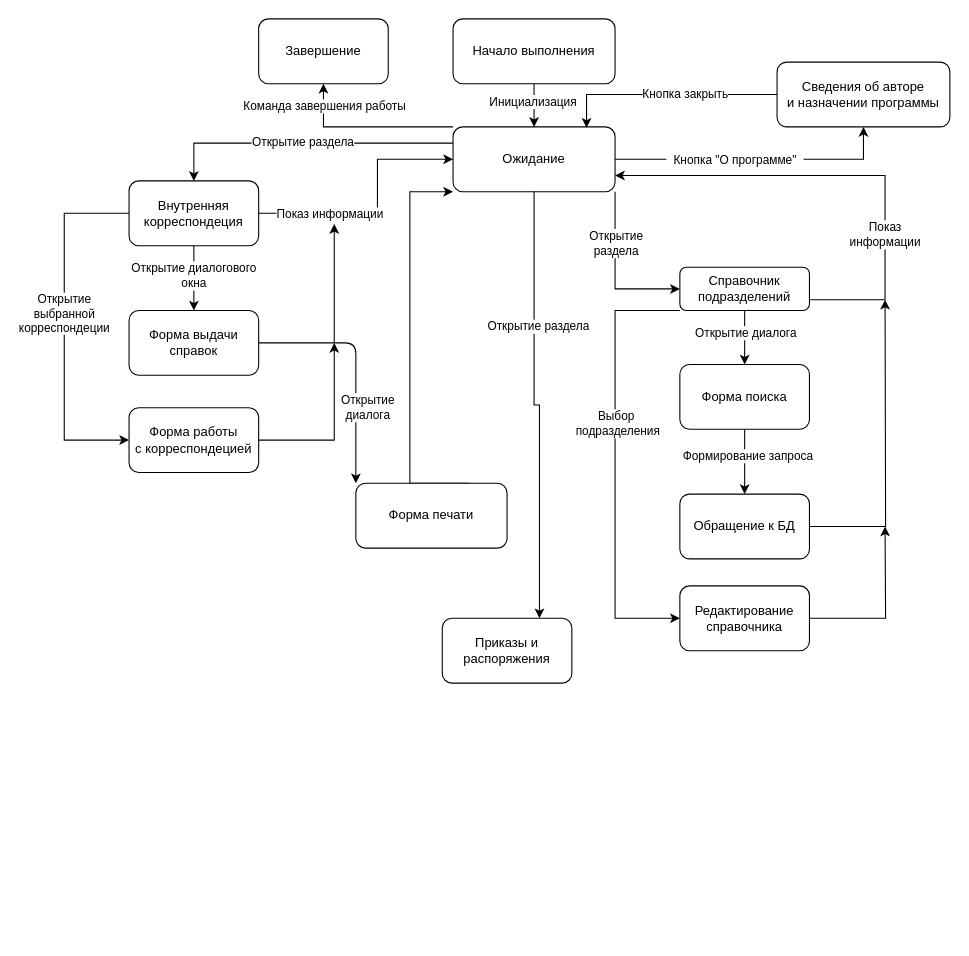
Above: Lab3_2.drawio in vovcyan/ssu-diagrams (draw.io), before the change. Source tidied: cells renumbered, new cells numbered last; positions are measured from the earlier drawing's top-left corner, leaving out a move shared by most shapes. Both pictures are drawn from the tidied source at 108%, with x=0, y=0 at pixel (64, 18).
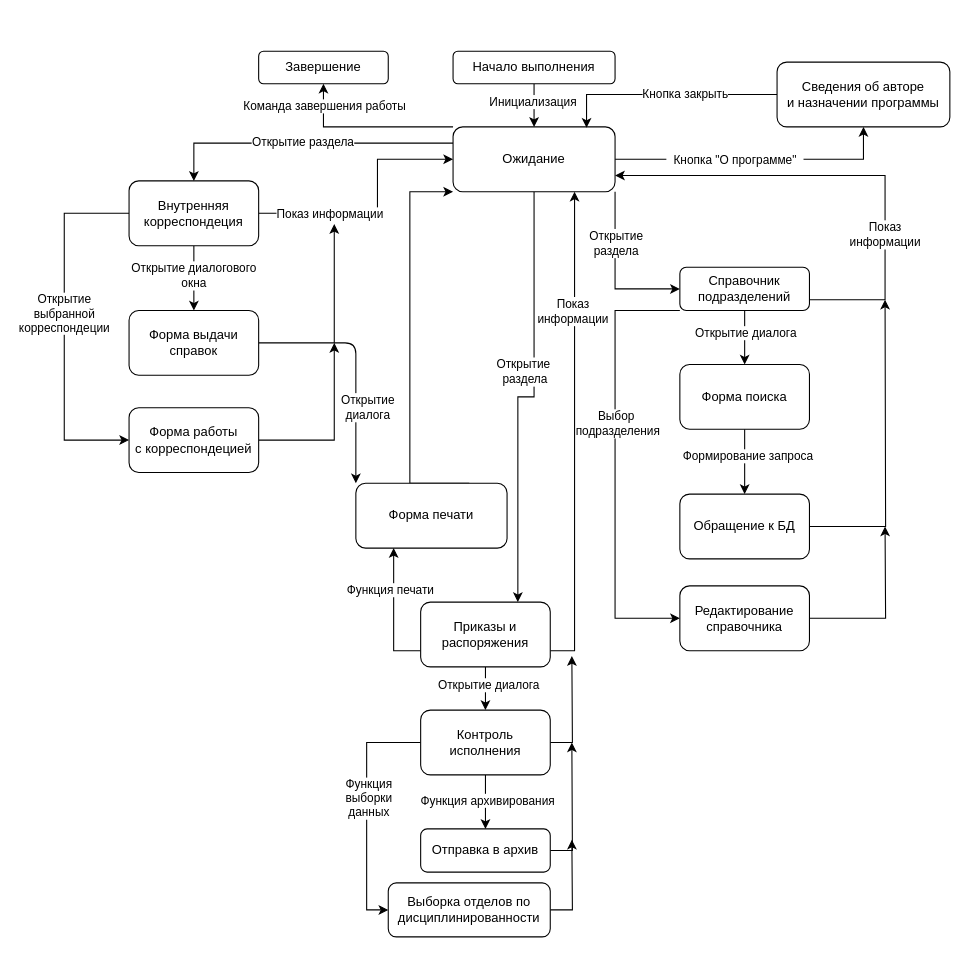
After the change.

Unchanged cells that the change refers to:
```xml
<mxCell id="13" style="edgeStyle=orthogonalEdgeStyle;rounded=0;jettySize=auto;html=1;exitX=0.5;exitY=1;exitDx=0;exitDy=0;entryX=0.75;entryY=0;entryDx=0;entryDy=0;" parent="1" edge="1" source="15" target="30">
  <mxGeometry relative="1" as="geometry" />
</mxCell>
<mxCell id="15" value="Ожидание" style="rounded=1;whiteSpace=wrap;html=1;" parent="1" vertex="1">
  <mxGeometry x="360" y="100" width="150" height="60" as="geometry" />
</mxCell>
<mxCell id="40" value="Форма печати" style="rounded=1;whiteSpace=wrap;html=1;" parent="1" vertex="1">
  <mxGeometry x="270" y="430" width="140" height="60" as="geometry" />
</mxCell>
```

Diff of the diagram source:
```diff
@@
     <mxCell id="4" value="Начало выполнения" style="rounded=1;whiteSpace=wrap;html=1;" parent="1" vertex="1">
-      <mxGeometry x="360" width="150" height="60" as="geometry" />
+      <mxGeometry x="360" y="30" width="150" height="30" as="geometry" />
     </mxCell>
@@
-    <mxCell id="14" value="Открытие раздела" style="edgeLabel;html=1;align=center;verticalAlign=middle;" parent="13" vertex="1">
-      <mxGeometry x="-0.38" y="3" relative="1" as="geometry" />
+    <mxCell id="14" value="Открытие&lt;br&gt;&amp;nbsp;раздела" style="edgeLabel;html=1;align=center;verticalAlign=middle;" parent="13" vertex="1">
+      <mxGeometry x="-0.38" y="3" relative="1" as="geometry">
+        <mxPoint x="-14" y="44.1" as="offset" />
+      </mxGeometry>
     </mxCell>
@@
+    <mxCell id="50" style="edgeStyle=orthogonalEdgeStyle;rounded=0;jettySize=auto;html=1;entryX=0.75;entryY=1;entryDx=0;entryDy=0;" parent="1" edge="1" source="30" target="15">
+      <mxGeometry relative="1" as="geometry">
+        <Array as="points">
+          <mxPoint x="473" y="585" />
+        </Array>
+      </mxGeometry>
+    </mxCell>
+    <mxCell id="51" style="edgeStyle=orthogonalEdgeStyle;rounded=0;jettySize=auto;html=1;entryX=0.5;entryY=0;entryDx=0;entryDy=0;" parent="1" edge="1" source="30" target="61">
+      <mxGeometry relative="1" as="geometry" />
+    </mxCell>
+    <mxCell id="52" value="Открытие диалога" style="edgeLabel;html=1;align=center;verticalAlign=middle;" parent="51" vertex="1">
+      <mxGeometry x="-0.19" y="2" relative="1" as="geometry" />
+    </mxCell>
+    <mxCell id="53" style="edgeStyle=orthogonalEdgeStyle;rounded=0;jettySize=auto;html=1;entryX=0.25;entryY=1;entryDx=0;entryDy=0;" parent="1" edge="1" source="30" target="40">
+      <mxGeometry relative="1" as="geometry">
+        <Array as="points">
+          <mxPoint x="305" y="585" />
+        </Array>
+      </mxGeometry>
+    </mxCell>
+    <mxCell id="54" value="Функция печати" style="edgeLabel;html=1;align=center;verticalAlign=middle;" parent="53" vertex="1">
+      <mxGeometry x="0.36" y="4" relative="1" as="geometry" />
+    </mxCell>
     <mxCell id="30" value="Приказы и распоряжения" style="rounded=1;whiteSpace=wrap;html=1;" parent="1" vertex="1">
-      <mxGeometry x="350" y="555" width="120" height="60" as="geometry" />
+      <mxGeometry x="330" y="540" width="120" height="60" as="geometry" />
     </mxCell>
     <mxCell id="31" value="Завершение" style="rounded=1;whiteSpace=wrap;html=1;" parent="1" vertex="1">
-      <mxGeometry x="180" width="120" height="60" as="geometry" />
+      <mxGeometry x="180" y="30" width="120" height="30" as="geometry" />
     </mxCell>
@@
+    <mxCell id="55" value="Показ&lt;br&gt;информации" style="edgeLabel;html=1;align=center;verticalAlign=middle;" parent="1" vertex="1">
+      <mxGeometry x="470" y="270" as="geometry" />
+    </mxCell>
+    <mxCell id="56" style="edgeStyle=orthogonalEdgeStyle;rounded=0;jettySize=auto;html=1;" parent="1" edge="1" source="61">
+      <mxGeometry relative="1" as="geometry">
+        <mxPoint x="470" y="590" as="targetPoint" />
+      </mxGeometry>
+    </mxCell>
+    <mxCell id="57" style="edgeStyle=orthogonalEdgeStyle;rounded=0;jettySize=auto;html=1;" parent="1" edge="1" source="61" target="63">
+      <mxGeometry relative="1" as="geometry" />
+    </mxCell>
+    <mxCell id="58" value="Функция архивирования" style="edgeLabel;html=1;align=center;verticalAlign=middle;" parent="57" vertex="1">
+      <mxGeometry x="-0.1" y="1" relative="1" as="geometry" />
+    </mxCell>
+    <mxCell id="59" style="edgeStyle=orthogonalEdgeStyle;rounded=0;jettySize=auto;html=1;exitX=0;exitY=0.5;exitDx=0;exitDy=0;entryX=0;entryY=0.5;entryDx=0;entryDy=0;" parent="1" edge="1" source="61" target="65">
+      <mxGeometry relative="1" as="geometry" />
+    </mxCell>
+    <mxCell id="60" value="Функция&lt;br&gt;выборки&lt;br&gt;данных" style="edgeLabel;html=1;align=center;verticalAlign=middle;" parent="59" vertex="1">
+      <mxGeometry x="-0.1" y="1" relative="1" as="geometry" />
+    </mxCell>
+    <mxCell id="61" value="Контроль исполнения" style="rounded=1;whiteSpace=wrap;html=1;" parent="1" vertex="1">
+      <mxGeometry x="330" y="640" width="120" height="60" as="geometry" />
+    </mxCell>
+    <mxCell id="62" style="edgeStyle=orthogonalEdgeStyle;rounded=0;jettySize=auto;html=1;" parent="1" edge="1" source="63">
+      <mxGeometry relative="1" as="geometry">
+        <mxPoint x="470" y="670" as="targetPoint" />
+      </mxGeometry>
+    </mxCell>
+    <mxCell id="63" value="Отправка в архив" style="rounded=1;whiteSpace=wrap;html=1;" parent="1" vertex="1">
+      <mxGeometry x="330" y="750" width="120" height="40" as="geometry" />
+    </mxCell>
+    <mxCell id="64" style="edgeStyle=orthogonalEdgeStyle;rounded=0;jettySize=auto;html=1;" parent="1" edge="1" source="65">
+      <mxGeometry relative="1" as="geometry">
+        <mxPoint x="470" y="760" as="targetPoint" />
+      </mxGeometry>
+    </mxCell>
+    <mxCell id="65" value="Выборка отделов по дисциплинированности" style="rounded=1;whiteSpace=wrap;html=1;" parent="1" vertex="1">
+      <mxGeometry x="300" y="800" width="150" height="50" as="geometry" />
+    </mxCell>
```
